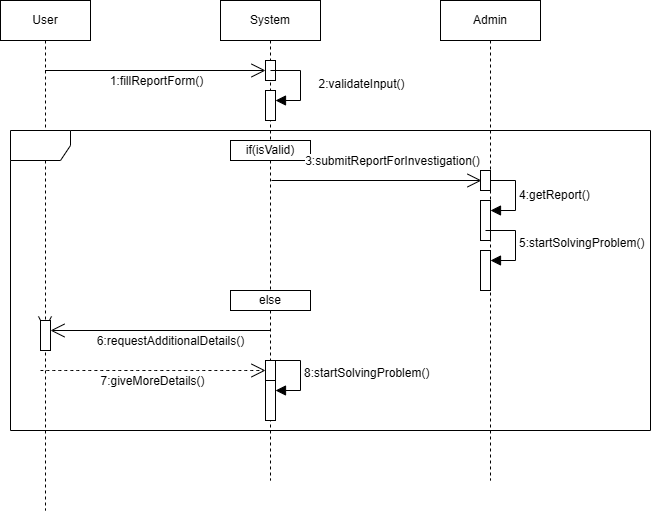
The draw.io diagram Sequence_Diagrams/Sequence25.drawio (1).png in martinvila22/SoftwareModelingAndDesign_Project, before a commit. Source tidied: cells renumbered, new cells last; positions are measured from the earlier drawing's top-left corner, leaving out a move shared by most shapes. Source of this version:
```xml
<mxGraphModel>
  <root>
    <mxCell id="0" />
    <mxCell id="1" parent="0" />
    <mxCell id="2" value="User" style="shape=umlLifeline;perimeter=lifelinePerimeter;whiteSpace=wrap;html=1;outlineConnect=0;portConstraint=eastwest;newEdgeStyle={&quot;curved&quot;:0,&quot;rounded&quot;:0};size=40;" parent="1" vertex="1">
      <mxGeometry width="90" height="510" as="geometry" />
    </mxCell>
    <mxCell id="3" value="System" style="shape=umlLifeline;perimeter=lifelinePerimeter;whiteSpace=wrap;html=1;outlineConnect=0;portConstraint=eastwest;newEdgeStyle={&quot;curved&quot;:0,&quot;rounded&quot;:0};" parent="1" vertex="1">
      <mxGeometry x="220" width="100" height="480" as="geometry" />
    </mxCell>
    <mxCell id="4" style="html=1;perimeter=orthogonalPerimeter;targetShapes=umlLifeline;newEdgeStyle={&quot;curved&quot;:0,&quot;rounded&quot;:0};" parent="3" vertex="1">
      <mxGeometry x="45" y="60" width="10" height="20" as="geometry" />
    </mxCell>
    <mxCell id="5" style="html=1;points=[[0,0,0,0,5],[0,1,0,0,-5],[1,0,0,0,5],[1,1,0,0,-5]];perimeter=orthogonalPerimeter;outlineConnect=0;targetShapes=umlLifeline;portConstraint=eastwest;newEdgeStyle={&quot;curved&quot;:0,&quot;rounded&quot;:0};" parent="3" vertex="1">
      <mxGeometry x="45" y="90" width="10" height="30" as="geometry" />
    </mxCell>
    <mxCell id="6" style="html=1;align=left;spacingLeft=2;endArrow=block;rounded=0;edgeStyle=orthogonalEdgeStyle;curved=0;rounded=0;fontSize=12;startSize=8;endSize=8;" parent="3" edge="1" target="5">
      <mxGeometry relative="1" as="geometry">
        <mxPoint x="50" y="70" as="sourcePoint" />
        <Array as="points">
          <mxPoint x="80" y="100" />
        </Array>
      </mxGeometry>
    </mxCell>
    <mxCell id="7" value="2:validateInput()&lt;div&gt;&lt;br&gt;&lt;/div&gt;" style="edgeLabel;html=1;align=center;verticalAlign=middle;fontSize=12;" parent="6" vertex="1">
      <mxGeometry x="0.12" y="3" relative="1" as="geometry">
        <mxPoint x="57" y="3" as="offset" />
      </mxGeometry>
    </mxCell>
    <mxCell id="8" style="html=1;points=[[0,0,0,0,5],[0,1,0,0,-5],[1,0,0,0,5],[1,1,0,0,-5]];perimeter=orthogonalPerimeter;outlineConnect=0;targetShapes=umlLifeline;portConstraint=eastwest;newEdgeStyle={&quot;curved&quot;:0,&quot;rounded&quot;:0};" parent="3" vertex="1">
      <mxGeometry x="45" y="380" width="10" height="40" as="geometry" />
    </mxCell>
    <mxCell id="9" value="8:startSolvingProblem()" style="html=1;align=left;spacingLeft=2;endArrow=block;rounded=0;edgeStyle=orthogonalEdgeStyle;curved=0;rounded=0;fontSize=12;startSize=8;endSize=8;" parent="3" edge="1" target="8">
      <mxGeometry relative="1" as="geometry">
        <mxPoint x="50" y="360" as="sourcePoint" />
        <Array as="points">
          <mxPoint x="80" y="390" />
        </Array>
      </mxGeometry>
    </mxCell>
    <mxCell id="10" value="Admin" style="shape=umlLifeline;perimeter=lifelinePerimeter;whiteSpace=wrap;html=1;newEdgeStyle={&quot;curved&quot;:0,&quot;rounded&quot;:0};" parent="1" vertex="1">
      <mxGeometry x="440" width="100" height="480" as="geometry" />
    </mxCell>
    <mxCell id="11" style="html=1;points=[[0,0,0,0,5],[0,1,0,0,-5],[1,0,0,0,5],[1,1,0,0,-5]];perimeter=orthogonalPerimeter;outlineConnect=0;targetShapes=umlLifeline;portConstraint=eastwest;newEdgeStyle={&quot;curved&quot;:0,&quot;rounded&quot;:0};" parent="10" vertex="1">
      <mxGeometry x="40" y="200" width="10" height="40" as="geometry" />
    </mxCell>
    <mxCell id="12" value="&lt;div&gt;4:getReport()&lt;/div&gt;" style="html=1;align=left;spacingLeft=2;endArrow=block;rounded=0;edgeStyle=orthogonalEdgeStyle;curved=0;rounded=0;fontSize=12;startSize=8;endSize=8;" parent="10" edge="1" source="13" target="11">
      <mxGeometry relative="1" as="geometry">
        <Array as="points">
          <mxPoint x="75" y="210" />
        </Array>
      </mxGeometry>
    </mxCell>
    <mxCell id="13" style="html=1;points=[[0,0,0,0,5],[0,1,0,0,-5],[1,0,0,0,5],[1,1,0,0,-5]];perimeter=orthogonalPerimeter;outlineConnect=0;targetShapes=umlLifeline;portConstraint=eastwest;newEdgeStyle={&quot;curved&quot;:0,&quot;rounded&quot;:0};" parent="10" vertex="1">
      <mxGeometry x="40" y="170" width="10" height="20" as="geometry" />
    </mxCell>
    <mxCell id="14" style="html=1;points=[[0,0,0,0,5],[0,1,0,0,-5],[1,0,0,0,5],[1,1,0,0,-5]];perimeter=orthogonalPerimeter;outlineConnect=0;targetShapes=umlLifeline;portConstraint=eastwest;newEdgeStyle={&quot;curved&quot;:0,&quot;rounded&quot;:0};" parent="10" vertex="1">
      <mxGeometry x="40" y="250" width="10" height="40" as="geometry" />
    </mxCell>
    <mxCell id="15" value="&lt;div&gt;5:startSolvingProblem()&lt;/div&gt;" style="html=1;align=left;spacingLeft=2;endArrow=block;rounded=0;edgeStyle=orthogonalEdgeStyle;curved=0;rounded=0;fontSize=12;startSize=8;endSize=8;" parent="10" edge="1" target="14">
      <mxGeometry relative="1" as="geometry">
        <mxPoint x="45" y="230" as="sourcePoint" />
        <Array as="points">
          <mxPoint x="75" y="260" />
        </Array>
      </mxGeometry>
    </mxCell>
    <mxCell id="16" style="endArrow=open;endFill=1;endSize=12;html=1;rounded=0;fontSize=12;curved=1;entryX=0;entryY=0;entryDx=0;entryDy=5;entryPerimeter=0;" parent="1" edge="1" source="2">
      <mxGeometry relative="1" as="geometry">
        <mxPoint x="265" y="70" as="targetPoint" />
      </mxGeometry>
    </mxCell>
    <mxCell id="17" value="1:fillReportForm()" style="edgeLabel;html=1;align=center;verticalAlign=middle;fontSize=12;" parent="16" vertex="1">
      <mxGeometry x="0.01" y="1" relative="1" as="geometry">
        <mxPoint y="11" as="offset" />
      </mxGeometry>
    </mxCell>
    <mxCell id="18" style="shape=umlFrame;whiteSpace=wrap;html=1;" parent="1" vertex="1">
      <mxGeometry x="10" y="130" width="640" height="300" as="geometry" />
    </mxCell>
    <mxCell id="19" value="if(isValid)" style="html=1;whiteSpace=wrap;" parent="1" vertex="1">
      <mxGeometry x="230" y="140" width="80" height="20" as="geometry" />
    </mxCell>
    <mxCell id="20" style="endArrow=open;endFill=1;endSize=12;html=1;rounded=0;fontSize=12;curved=1;" parent="1" edge="1">
      <mxGeometry relative="1" as="geometry">
        <mxPoint x="271" y="180" as="sourcePoint" />
        <mxPoint x="481" y="180" as="targetPoint" />
      </mxGeometry>
    </mxCell>
    <mxCell id="21" value="3:submitReportForInvestigation()" style="edgeLabel;html=1;align=center;verticalAlign=middle;fontSize=12;" parent="20" vertex="1">
      <mxGeometry x="-0.03" y="-1" relative="1" as="geometry">
        <mxPoint x="18" y="-21" as="offset" />
      </mxGeometry>
    </mxCell>
    <mxCell id="22" value="else" style="html=1;whiteSpace=wrap;" parent="1" vertex="1">
      <mxGeometry x="230" y="290" width="80" height="20" as="geometry" />
    </mxCell>
    <mxCell id="23" style="endArrow=open;endFill=1;endSize=12;html=1;rounded=0;fontSize=12;curved=1;" parent="1" edge="1" source="27">
      <mxGeometry relative="1" as="geometry">
        <mxPoint x="44.5" y="330" as="targetPoint" />
      </mxGeometry>
    </mxCell>
    <mxCell id="24" style="endArrow=open;endSize=12;dashed=1;html=1;rounded=0;fontSize=12;curved=1;" parent="1" edge="1" source="30" target="3">
      <mxGeometry x="0.22" y="-20" relative="1" as="geometry" />
    </mxCell>
    <mxCell id="25" style="endArrow=open;endFill=1;endSize=12;html=1;rounded=0;fontSize=12;curved=1;" parent="1" edge="1" target="27">
      <mxGeometry relative="1" as="geometry">
        <mxPoint x="269.5" y="330" as="sourcePoint" />
      </mxGeometry>
    </mxCell>
    <mxCell id="26" value="6:requestAdditionalDetails()" style="edgeLabel;html=1;align=center;verticalAlign=middle;fontSize=12;" parent="25" vertex="1">
      <mxGeometry x="-0.09" y="4" relative="1" as="geometry">
        <mxPoint y="6" as="offset" />
      </mxGeometry>
    </mxCell>
    <mxCell id="27" style="html=1;points=[[0,0,0,0,5],[0,1,0,0,-5],[1,0,0,0,5],[1,1,0,0,-5]];perimeter=orthogonalPerimeter;outlineConnect=0;targetShapes=umlLifeline;portConstraint=eastwest;newEdgeStyle={&quot;curved&quot;:0,&quot;rounded&quot;:0};" parent="1" vertex="1">
      <mxGeometry x="40" y="320" width="10" height="30" as="geometry" />
    </mxCell>
    <mxCell id="28" style="endArrow=open;endSize=12;dashed=1;html=1;rounded=0;fontSize=12;curved=1;" parent="1" edge="1" target="30">
      <mxGeometry x="0.22" y="-20" relative="1" as="geometry">
        <mxPoint x="40" y="370" as="sourcePoint" />
      </mxGeometry>
    </mxCell>
    <mxCell id="29" value="7:giveMoreDetails()" style="edgeLabel;html=1;align=center;verticalAlign=middle;fontSize=12;" parent="28" vertex="1">
      <mxGeometry x="-0.01" y="-2" relative="1" as="geometry">
        <mxPoint y="8" as="offset" />
      </mxGeometry>
    </mxCell>
    <mxCell id="30" style="html=1;points=[[0,0,0,0,5],[0,1,0,0,-5],[1,0,0,0,5],[1,1,0,0,-5]];perimeter=orthogonalPerimeter;outlineConnect=0;targetShapes=umlLifeline;portConstraint=eastwest;newEdgeStyle={&quot;curved&quot;:0,&quot;rounded&quot;:0};" parent="1" vertex="1">
      <mxGeometry x="265" y="360" width="10" height="20" as="geometry" />
    </mxCell>
  </root>
</mxGraphModel>
```
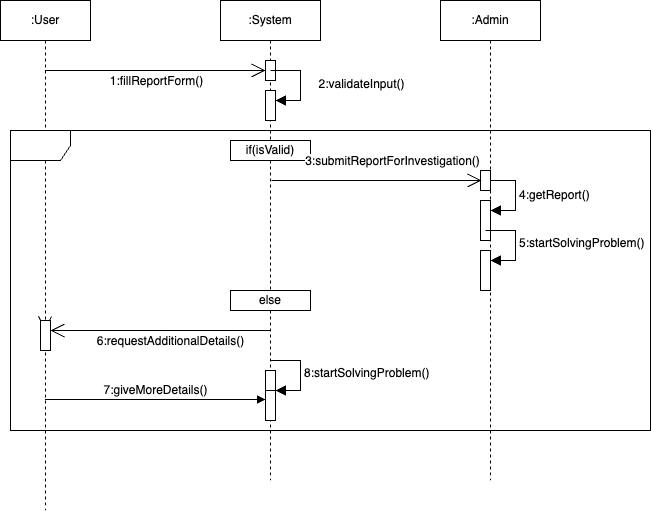
The same file after the commit.

The edit, as a diff of the source:
```diff
@@ -2,10 +2,10 @@
   <root>
     <mxCell id="0" />
     <mxCell id="1" parent="0" />
-    <mxCell id="2" value="User" style="shape=umlLifeline;perimeter=lifelinePerimeter;whiteSpace=wrap;html=1;outlineConnect=0;portConstraint=eastwest;newEdgeStyle={&quot;curved&quot;:0,&quot;rounded&quot;:0};size=40;" parent="1" vertex="1">
+    <mxCell id="2" value=":User" style="shape=umlLifeline;perimeter=lifelinePerimeter;whiteSpace=wrap;html=1;outlineConnect=0;portConstraint=eastwest;newEdgeStyle={&quot;curved&quot;:0,&quot;rounded&quot;:0};size=40;" parent="1" vertex="1">
       <mxGeometry width="90" height="510" as="geometry" />
     </mxCell>
-    <mxCell id="3" value="System" style="shape=umlLifeline;perimeter=lifelinePerimeter;whiteSpace=wrap;html=1;outlineConnect=0;portConstraint=eastwest;newEdgeStyle={&quot;curved&quot;:0,&quot;rounded&quot;:0};" parent="1" vertex="1">
+    <mxCell id="3" value=":System" style="shape=umlLifeline;perimeter=lifelinePerimeter;whiteSpace=wrap;html=1;outlineConnect=0;portConstraint=eastwest;newEdgeStyle={&quot;curved&quot;:0,&quot;rounded&quot;:0};" parent="1" vertex="1">
       <mxGeometry x="220" width="100" height="480" as="geometry" />
     </mxCell>
     <mxCell id="4" style="html=1;perimeter=orthogonalPerimeter;targetShapes=umlLifeline;newEdgeStyle={&quot;curved&quot;:0,&quot;rounded&quot;:0};" parent="3" vertex="1">
@@ -38,7 +38,7 @@
         </Array>
       </mxGeometry>
     </mxCell>
-    <mxCell id="10" value="Admin" style="shape=umlLifeline;perimeter=lifelinePerimeter;whiteSpace=wrap;html=1;newEdgeStyle={&quot;curved&quot;:0,&quot;rounded&quot;:0};" parent="1" vertex="1">
+    <mxCell id="10" value=":Admin" style="shape=umlLifeline;perimeter=lifelinePerimeter;whiteSpace=wrap;html=1;newEdgeStyle={&quot;curved&quot;:0,&quot;rounded&quot;:0};" parent="1" vertex="1">
       <mxGeometry x="440" width="100" height="480" as="geometry" />
     </mxCell>
     <mxCell id="11" style="html=1;points=[[0,0,0,0,5],[0,1,0,0,-5],[1,0,0,0,5],[1,1,0,0,-5]];perimeter=orthogonalPerimeter;outlineConnect=0;targetShapes=umlLifeline;portConstraint=eastwest;newEdgeStyle={&quot;curved&quot;:0,&quot;rounded&quot;:0};" parent="10" vertex="1">
@@ -100,9 +100,6 @@
         <mxPoint x="44.5" y="330" as="targetPoint" />
       </mxGeometry>
     </mxCell>
-    <mxCell id="24" style="endArrow=open;endSize=12;dashed=1;html=1;rounded=0;fontSize=12;curved=1;" parent="1" edge="1" source="30" target="3">
-      <mxGeometry x="0.22" y="-20" relative="1" as="geometry" />
-    </mxCell>
     <mxCell id="25" style="endArrow=open;endFill=1;endSize=12;html=1;rounded=0;fontSize=12;curved=1;" parent="1" edge="1" target="27">
       <mxGeometry relative="1" as="geometry">
         <mxPoint x="269.5" y="330" as="sourcePoint" />
@@ -116,18 +113,14 @@
     <mxCell id="27" style="html=1;points=[[0,0,0,0,5],[0,1,0,0,-5],[1,0,0,0,5],[1,1,0,0,-5]];perimeter=orthogonalPerimeter;outlineConnect=0;targetShapes=umlLifeline;portConstraint=eastwest;newEdgeStyle={&quot;curved&quot;:0,&quot;rounded&quot;:0};" parent="1" vertex="1">
       <mxGeometry x="40" y="320" width="10" height="30" as="geometry" />
     </mxCell>
-    <mxCell id="28" style="endArrow=open;endSize=12;dashed=1;html=1;rounded=0;fontSize=12;curved=1;" parent="1" edge="1" target="30">
-      <mxGeometry x="0.22" y="-20" relative="1" as="geometry">
-        <mxPoint x="40" y="370" as="sourcePoint" />
-      </mxGeometry>
-    </mxCell>
-    <mxCell id="29" value="7:giveMoreDetails()" style="edgeLabel;html=1;align=center;verticalAlign=middle;fontSize=12;" parent="28" vertex="1">
-      <mxGeometry x="-0.01" y="-2" relative="1" as="geometry">
-        <mxPoint y="8" as="offset" />
+    <mxCell id="29" value="&lt;span style=&quot;font-size: 12px;&quot;&gt;7:giveMoreDetails()&lt;/span&gt;" style="html=1;verticalAlign=bottom;endArrow=block;curved=0;rounded=0;" parent="1" edge="1">
+      <mxGeometry relative="1" as="geometry">
+        <mxPoint x="44.5" y="399" as="sourcePoint" />
+        <mxPoint x="265" y="399" as="targetPoint" />
       </mxGeometry>
     </mxCell>
-    <mxCell id="30" style="html=1;points=[[0,0,0,0,5],[0,1,0,0,-5],[1,0,0,0,5],[1,1,0,0,-5]];perimeter=orthogonalPerimeter;outlineConnect=0;targetShapes=umlLifeline;portConstraint=eastwest;newEdgeStyle={&quot;curved&quot;:0,&quot;rounded&quot;:0};" parent="1" vertex="1">
-      <mxGeometry x="265" y="360" width="10" height="20" as="geometry" />
-    </mxCell>
+    <mxCell id="31" style="html=1;perimeter=orthogonalPerimeter;targetShapes=umlLifeline;newEdgeStyle={&quot;curved&quot;:0,&quot;rounded&quot;:0};" parent="1" vertex="1">
+      <mxGeometry x="265" y="370" width="10" height="20" as="geometry" />
+    </mxCell>
   </root>
 </mxGraphModel>
```
